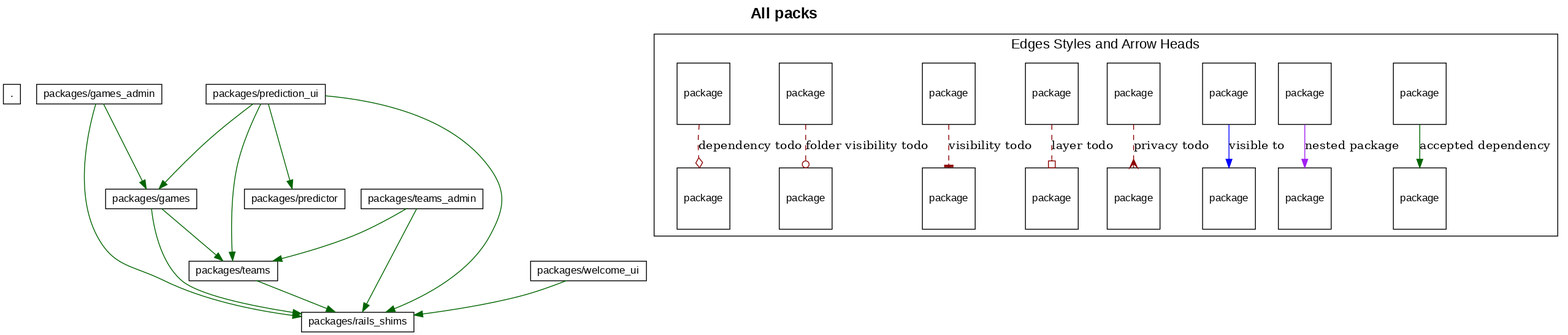
Earlier version of the Graphviz export diagrams/all_packs.png (shageman/package-based-rails-applications). Its source is kept beside it as diagrams/all_packs.dot. The source it was exported from:
```dot
digraph package_diagram {
  rankdir=TD
  graph [
    labelloc="t"
    fontname="Helvetica,Arial,sans-serif"
    dpi=100
    layout=dot
    label=<<b>All packs</b><br/>>
    fontsize=18
  ]
  node [
    fontname="Helvetica,Arial,sans-serif"
    fontsize=26.0
    fontcolor=black
    fillcolor=white
    color=black
    height=1.0
    style=filled
    shape=plain
  ]
    subgraph NotInLayer {
      shape=box
      color=darkgrey
      fillcolor=lightblue
      style=filled
        cluster=false
        "." [
            fontsize=12.0
            label= <
                <table border='0' cellborder='1' cellspacing='0' cellpadding='4'>
                  <tr> <td align='left'> . </td> </tr>
                </table>
              >
          ]

        "packages/games" [
            fontsize=12.0
            label= <
                <table border='0' cellborder='1' cellspacing='0' cellpadding='4'>
                  <tr> <td align='left'> packages/games </td> </tr>
                </table>
              >
          ]

        "packages/games_admin" [
            fontsize=12.0
            label= <
                <table border='0' cellborder='1' cellspacing='0' cellpadding='4'>
                  <tr> <td align='left'> packages/games_admin </td> </tr>
                </table>
              >
          ]

        "packages/prediction_ui" [
            fontsize=12.0
            label= <
                <table border='0' cellborder='1' cellspacing='0' cellpadding='4'>
                  <tr> <td align='left'> packages/prediction_ui </td> </tr>
                </table>
              >
          ]

        "packages/predictor" [
            fontsize=12.0
            label= <
                <table border='0' cellborder='1' cellspacing='0' cellpadding='4'>
                  <tr> <td align='left'> packages/predictor </td> </tr>
                </table>
              >
          ]

        "packages/rails_shims" [
            fontsize=12.0
            label= <
                <table border='0' cellborder='1' cellspacing='0' cellpadding='4'>
                  <tr> <td align='left'> packages/rails_shims </td> </tr>
                </table>
              >
          ]

        "packages/teams" [
            fontsize=12.0
            label= <
                <table border='0' cellborder='1' cellspacing='0' cellpadding='4'>
                  <tr> <td align='left'> packages/teams </td> </tr>
                </table>
              >
          ]

        "packages/teams_admin" [
            fontsize=12.0
            label= <
                <table border='0' cellborder='1' cellspacing='0' cellpadding='4'>
                  <tr> <td align='left'> packages/teams_admin </td> </tr>
                </table>
              >
          ]

        "packages/welcome_ui" [
            fontsize=12.0
            label= <
                <table border='0' cellborder='1' cellspacing='0' cellpadding='4'>
                  <tr> <td align='left'> packages/welcome_ui </td> </tr>
                </table>
              >
          ]

    }
          "packages/games" -> "packages/rails_shims" [ color=darkgreen ]
          "packages/games" -> "packages/teams" [ color=darkgreen ]
          "packages/games_admin" -> "packages/games" [ color=darkgreen ]
          "packages/games_admin" -> "packages/rails_shims" [ color=darkgreen ]
          "packages/prediction_ui" -> "packages/games" [ color=darkgreen ]
          "packages/prediction_ui" -> "packages/predictor" [ color=darkgreen ]
          "packages/prediction_ui" -> "packages/rails_shims" [ color=darkgreen ]
          "packages/prediction_ui" -> "packages/teams" [ color=darkgreen ]
          "packages/teams" -> "packages/rails_shims" [ color=darkgreen ]
          "packages/teams_admin" -> "packages/rails_shims" [ color=darkgreen ]
          "packages/teams_admin" -> "packages/teams" [ color=darkgreen ]
          "packages/welcome_ui" -> "packages/rails_shims" [ color=darkgreen ]
    subgraph cluster_legend {
      fontsize=16
      label="Edges Styles and Arrow Heads"
      A [ fontsize=12 shape=box label="package"]
      B [ fontsize=12 shape=box label="package"]
      A -> B [label="accepted dependency" color=darkgreen]
      M [ fontsize=12 shape=box label="package"]
      N [ fontsize=12 shape=box label="package"]
      M -> N [label="nested package" color=purple]
      O [ fontsize=12 shape=box label="package"]
      P [ fontsize=12 shape=box label="package"]
      O -> P [label="visible to" color=blue]
      C [ fontsize=12 shape=box label="package"]
      D [ fontsize=12 shape=box label="package"]
      C -> D [label="privacy todo" color=darkred style=dashed arrowhead=crow]
      E [ fontsize=12 shape=box label="package"]
      F [ fontsize=12 shape=box label="package"]
      E -> F [label="layer todo" color=darkred style=dashed arrowhead=obox]
      G [ fontsize=12 shape=box label="package"]
      H [ fontsize=12 shape=box label="package"]
      G -> H [label="visibility todo" color=darkred style=dashed arrowhead=tee]
      I [ fontsize=12 shape=box label="package"]
      J [ fontsize=12 shape=box label="package"]
      I -> J [label="folder visibility todo" color=darkred style=dashed arrowhead=odot]
      K [ fontsize=12 shape=box label="package"]
      L [ fontsize=12 shape=box label="package"]
      K -> L [label="dependency todo" color=darkred style=dashed arrowhead=odiamond]
      LEGEND_NODE_1 [ label="" peripheries=0 height=0 width=0 style=invis ]
      LEGEND_NODE_2 [ label="" peripheries=0 height=0 width=0 style=invis ]
      LEGEND_NODE_1 -> LEGEND_NODE_2 [ style=invis ]
    }
  subgraph cluster_teams_legend {
    fontsize=16
    label="Team Colors"


  }
    LEGEND_NODE_2 -> "" [style=invis]
}
```
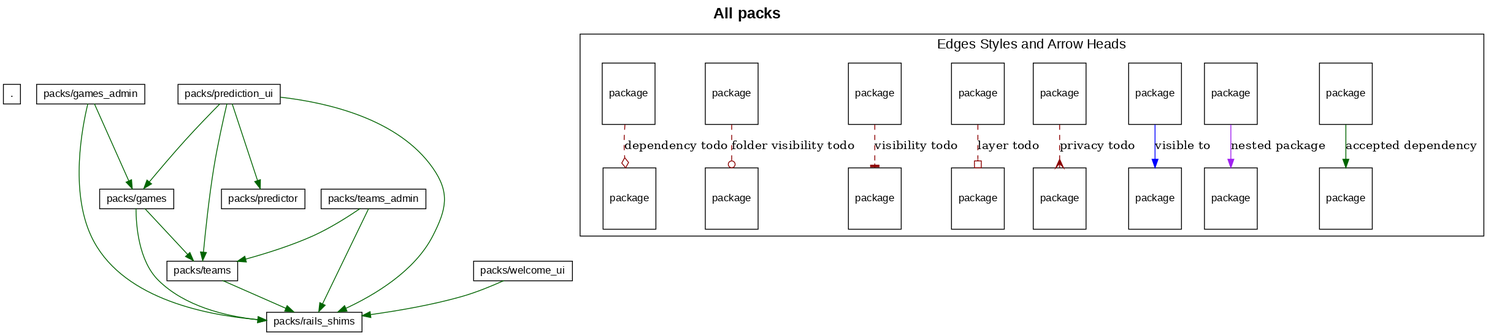
Later version of the same file.

What changed in the source:
```diff
@@ -33,91 +33,91 @@
               >
           ]
 
-        "packages/games" [
+        "packs/games" [
             fontsize=12.0
             label= <
                 <table border='0' cellborder='1' cellspacing='0' cellpadding='4'>
-                  <tr> <td align='left'> packages/games </td> </tr>
+                  <tr> <td align='left'> packs/games </td> </tr>
                 </table>
               >
           ]
 
-        "packages/games_admin" [
+        "packs/games_admin" [
             fontsize=12.0
             label= <
                 <table border='0' cellborder='1' cellspacing='0' cellpadding='4'>
-                  <tr> <td align='left'> packages/games_admin </td> </tr>
+                  <tr> <td align='left'> packs/games_admin </td> </tr>
                 </table>
               >
           ]
 
-        "packages/prediction_ui" [
+        "packs/prediction_ui" [
             fontsize=12.0
             label= <
                 <table border='0' cellborder='1' cellspacing='0' cellpadding='4'>
-                  <tr> <td align='left'> packages/prediction_ui </td> </tr>
+                  <tr> <td align='left'> packs/prediction_ui </td> </tr>
                 </table>
               >
           ]
 
-        "packages/predictor" [
+        "packs/predictor" [
             fontsize=12.0
             label= <
                 <table border='0' cellborder='1' cellspacing='0' cellpadding='4'>
-                  <tr> <td align='left'> packages/predictor </td> </tr>
+                  <tr> <td align='left'> packs/predictor </td> </tr>
                 </table>
               >
           ]
 
-        "packages/rails_shims" [
+        "packs/rails_shims" [
             fontsize=12.0
             label= <
                 <table border='0' cellborder='1' cellspacing='0' cellpadding='4'>
-                  <tr> <td align='left'> packages/rails_shims </td> </tr>
+                  <tr> <td align='left'> packs/rails_shims </td> </tr>
                 </table>
               >
           ]
 
-        "packages/teams" [
+        "packs/teams" [
             fontsize=12.0
             label= <
                 <table border='0' cellborder='1' cellspacing='0' cellpadding='4'>
-                  <tr> <td align='left'> packages/teams </td> </tr>
+                  <tr> <td align='left'> packs/teams </td> </tr>
                 </table>
               >
           ]
 
-        "packages/teams_admin" [
+        "packs/teams_admin" [
             fontsize=12.0
             label= <
                 <table border='0' cellborder='1' cellspacing='0' cellpadding='4'>
-                  <tr> <td align='left'> packages/teams_admin </td> </tr>
+                  <tr> <td align='left'> packs/teams_admin </td> </tr>
                 </table>
               >
           ]
 
-        "packages/welcome_ui" [
+        "packs/welcome_ui" [
             fontsize=12.0
             label= <
                 <table border='0' cellborder='1' cellspacing='0' cellpadding='4'>
-                  <tr> <td align='left'> packages/welcome_ui </td> </tr>
+                  <tr> <td align='left'> packs/welcome_ui </td> </tr>
                 </table>
               >
           ]
 
     }
-          "packages/games" -> "packages/rails_shims" [ color=darkgreen ]
-          "packages/games" -> "packages/teams" [ color=darkgreen ]
-          "packages/games_admin" -> "packages/games" [ color=darkgreen ]
-          "packages/games_admin" -> "packages/rails_shims" [ color=darkgreen ]
-          "packages/prediction_ui" -> "packages/games" [ color=darkgreen ]
-          "packages/prediction_ui" -> "packages/predictor" [ color=darkgreen ]
-          "packages/prediction_ui" -> "packages/rails_shims" [ color=darkgreen ]
-          "packages/prediction_ui" -> "packages/teams" [ color=darkgreen ]
-          "packages/teams" -> "packages/rails_shims" [ color=darkgreen ]
-          "packages/teams_admin" -> "packages/rails_shims" [ color=darkgreen ]
-          "packages/teams_admin" -> "packages/teams" [ color=darkgreen ]
-          "packages/welcome_ui" -> "packages/rails_shims" [ color=darkgreen ]
+          "packs/games" -> "packs/rails_shims" [ color=darkgreen ]
+          "packs/games" -> "packs/teams" [ color=darkgreen ]
+          "packs/games_admin" -> "packs/games" [ color=darkgreen ]
+          "packs/games_admin" -> "packs/rails_shims" [ color=darkgreen ]
+          "packs/prediction_ui" -> "packs/games" [ color=darkgreen ]
+          "packs/prediction_ui" -> "packs/predictor" [ color=darkgreen ]
+          "packs/prediction_ui" -> "packs/rails_shims" [ color=darkgreen ]
+          "packs/prediction_ui" -> "packs/teams" [ color=darkgreen ]
+          "packs/teams" -> "packs/rails_shims" [ color=darkgreen ]
+          "packs/teams_admin" -> "packs/rails_shims" [ color=darkgreen ]
+          "packs/teams_admin" -> "packs/teams" [ color=darkgreen ]
+          "packs/welcome_ui" -> "packs/rails_shims" [ color=darkgreen ]
     subgraph cluster_legend {
       fontsize=16
       label="Edges Styles and Arrow Heads"
```
